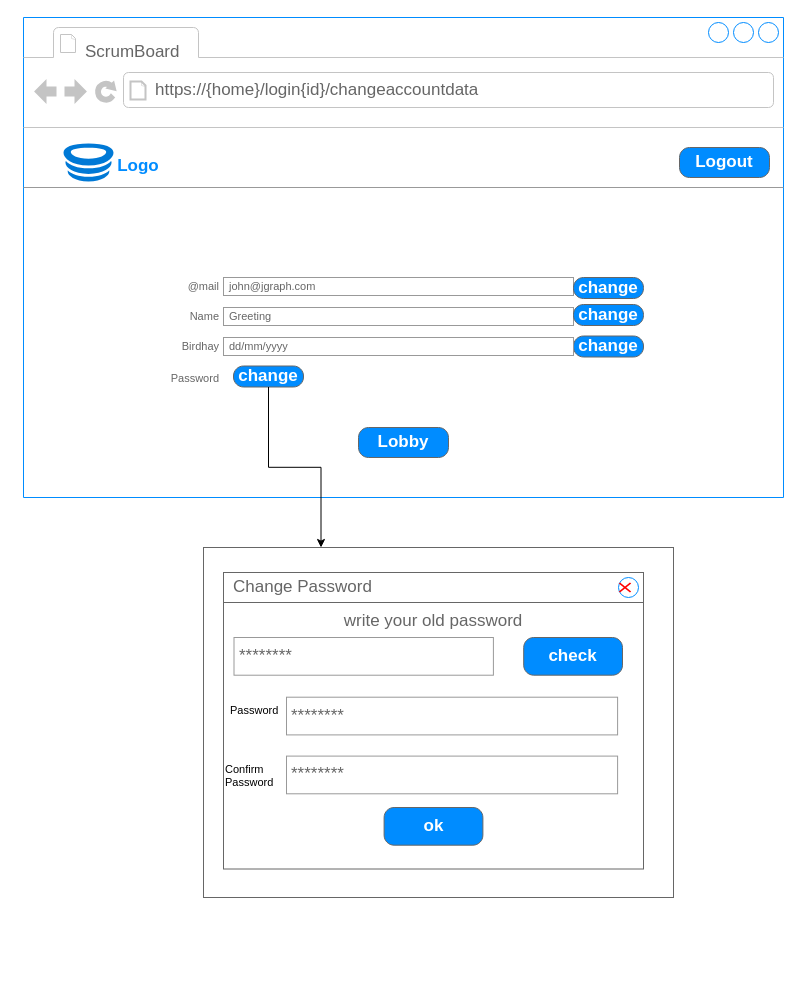
The draw.io diagram page "Mockup_Settings_Page" (6 of 8) of Board_Use_Case_Diagramm.drawio in ololnovolol/ScrumBoardApp, before the edit. Source tidied: cells renumbered, new cells numbered last; positions are measured from the earlier drawing's top-left corner, leaving out a move shared by most shapes. Both pictures are drawn from the tidied source at 100%, with x=0, y=0 at pixel (23, 17).
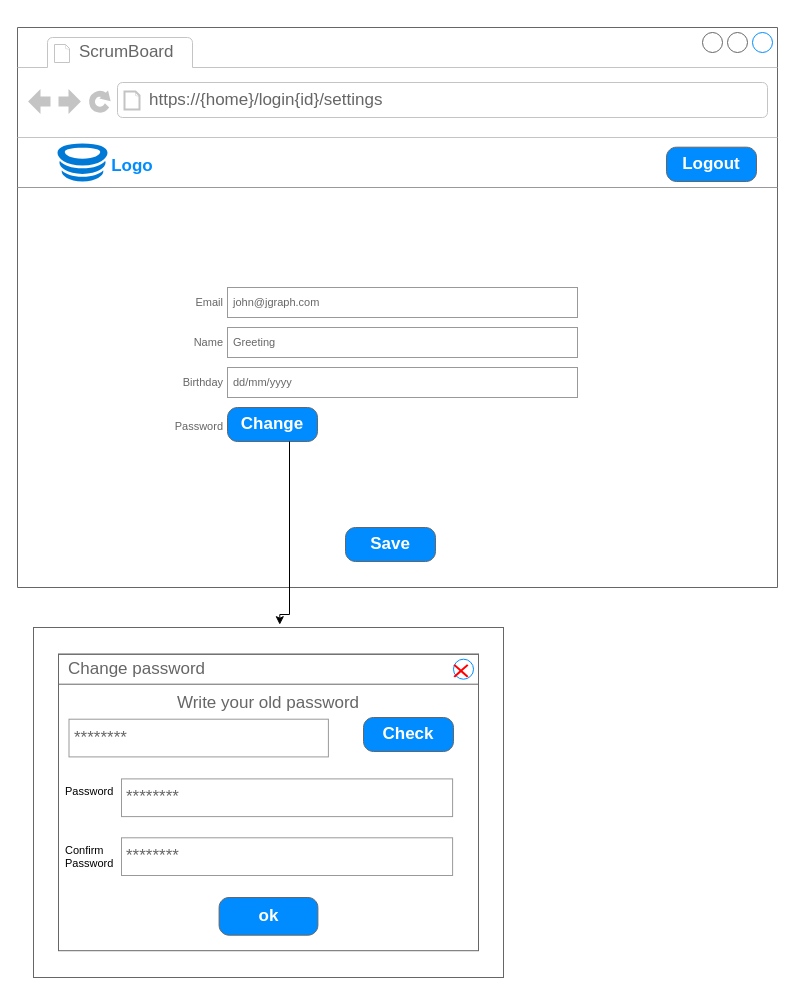
The same diagram, later.

The edit, as a diff of the source:
```diff
@@
-    <mxCell id="2" style="group;" parent="1" vertex="1">
-      <mxGeometry y="10" width="760" height="480" as="geometry" />
-    </mxCell>
-    <mxCell id="3" style="strokeWidth=1;shadow=0;dashed=0;align=center;html=1;shape=mxgraph.mockup.containers.browserWindow;rSize=0;strokeColor=#008CFF;strokeColor2=#008cff;strokeColor3=#c4c4c4;mainText=,;" parent="2" vertex="1">
-      <mxGeometry y="-10" width="760" height="480" as="geometry" />
-    </mxCell>
+    <mxCell id="36" style="group;" parent="1" vertex="1">
+      <mxGeometry x="10" y="610" width="470" height="350" as="geometry" />
+    </mxCell>
+    <mxCell id="23" style="whiteSpace=wrap;html=1;fontSize=17;fillColor=default;strokeColor=#666666;fontColor=default;strokeWidth=1;shadow=0;dashed=0;fontStyle=1;labelBackgroundColor=default;" parent="36" vertex="1">
+      <mxGeometry width="470" height="350" as="geometry" />
+    </mxCell>
+    <mxCell id="24" value="Write your old password" style="strokeWidth=1;shadow=0;dashed=0;align=center;html=1;shape=mxgraph.mockup.containers.rrect;rSize=0;strokeColor=#666666;fontColor=#666666;fontSize=17;verticalAlign=top;whiteSpace=wrap;fillColor=#ffffff;spacingTop=32;labelBackgroundColor=default;labelBorderColor=none;fontFamily=Helvetica;" parent="36" vertex="1">
+      <mxGeometry x="25" y="26.7" width="420" height="296.5" as="geometry" />
+    </mxCell>
+    <mxCell id="25" value="Change password" style="strokeWidth=1;shadow=0;dashed=0;align=center;html=1;shape=mxgraph.mockup.containers.rrect;rSize=0;fontSize=17;fontColor=#666666;strokeColor=#666666;align=left;spacingLeft=8;fillColor=none;labelBackgroundColor=default;labelBorderColor=none;fontFamily=Helvetica;" parent="24" vertex="1">
+      <mxGeometry width="420" height="30" relative="1" as="geometry" />
+    </mxCell>
+    <mxCell id="26" style="shape=ellipse;strokeColor=#008cff;fillColor=none;html=1;shadow=0;dashed=0;labelBackgroundColor=default;labelBorderColor=none;fontFamily=Helvetica;fontSize=11;fontColor=default;" parent="25" vertex="1">
+      <mxGeometry x="1" y="0.5" width="20" height="20" relative="1" as="geometry">
+        <mxPoint x="-25" y="-10" as="offset" />
+      </mxGeometry>
+    </mxCell>
+    <mxCell id="37" style="shape=mxgraph.mockup.markup.redX;fillColor=#ff0000;html=1;shadow=0;strokeColor=none;dashed=0;labelBackgroundColor=none;labelBorderColor=none;fontFamily=Helvetica;fontSize=11;fontColor=#008CFF;" parent="25" vertex="1">
+      <mxGeometry x="395" y="10" width="15" height="13.3" as="geometry" />
+    </mxCell>
+    <mxCell id="28" value="********" style="strokeWidth=1;shadow=0;dashed=0;align=center;html=1;shape=mxgraph.mockup.forms.pwField;strokeColor=#999999;mainText=;align=left;fontColor=#666666;fontSize=17;spacingLeft=3;labelBackgroundColor=default;labelBorderColor=none;fontFamily=Helvetica;fillColor=default;gradientColor=none;" parent="24" vertex="1">
+      <mxGeometry x="10.5" y="65" width="259.4" height="37.7" as="geometry" />
+    </mxCell>
+    <mxCell id="30" value="********" style="strokeWidth=1;shadow=0;dashed=0;align=center;html=1;shape=mxgraph.mockup.forms.pwField;strokeColor=#999999;mainText=;align=left;fontColor=#666666;fontSize=17;spacingLeft=3;labelBackgroundColor=default;labelBorderColor=none;fontFamily=Helvetica;fillColor=default;gradientColor=none;" parent="24" vertex="1">
+      <mxGeometry x="63" y="124.7" width="331.1" height="37.7" as="geometry" />
+    </mxCell>
+    <mxCell id="31" value="********" style="strokeWidth=1;shadow=0;dashed=0;align=center;html=1;shape=mxgraph.mockup.forms.pwField;strokeColor=#999999;mainText=;align=left;fontColor=#666666;fontSize=17;spacingLeft=3;labelBackgroundColor=default;labelBorderColor=none;fontFamily=Helvetica;fillColor=default;gradientColor=none;" parent="24" vertex="1">
+      <mxGeometry x="63" y="183.6" width="331.1" height="37.7" as="geometry" />
+    </mxCell>
+    <mxCell id="32" value="Password" style="text;whiteSpace=wrap;html=1;fontSize=11;fontFamily=Helvetica;fontColor=default;" parent="24" vertex="1">
+      <mxGeometry x="5.2" y="124.7" width="52.5" height="36.1" as="geometry" />
+    </mxCell>
+    <mxCell id="33" value="Confirm Password" style="text;whiteSpace=wrap;html=1;fontSize=11;fontFamily=Helvetica;fontColor=default;" parent="24" vertex="1">
+      <mxGeometry x="5.2" y="183.6" width="63" height="43.7" as="geometry" />
+    </mxCell>
+    <mxCell id="34" value="ok" style="strokeWidth=1;shadow=0;dashed=0;align=center;html=1;shape=mxgraph.mockup.buttons.button;strokeColor=#666666;fontColor=#ffffff;mainText=;buttonStyle=round;fontSize=17;fontStyle=1;fillColor=#008cff;whiteSpace=wrap;" parent="24" vertex="1">
+      <mxGeometry x="160.6" y="243.3" width="98.8" height="37.7" as="geometry" />
+    </mxCell>
+    <mxCell id="29" value="Check" style="strokeWidth=1;shadow=0;dashed=0;align=center;html=1;shape=mxgraph.mockup.buttons.button;strokeColor=#666666;fontColor=#ffffff;mainText=;buttonStyle=round;fontSize=17;fontStyle=1;fillColor=#008cff;whiteSpace=wrap;" parent="36" vertex="1">
+      <mxGeometry x="330" y="90" width="90" height="34" as="geometry" />
+    </mxCell>
+    <mxCell id="38" style="strokeWidth=1;shadow=0;dashed=0;align=center;html=1;shape=mxgraph.mockup.containers.browserWindow;rSize=0;strokeColor=#666666;strokeColor2=#008cff;strokeColor3=#c4c4c4;mainText=,;" parent="1" vertex="1">
+      <mxGeometry x="-6" y="10" width="760" height="560" as="geometry" />
+    </mxCell>
-    <mxCell id="4" value="ScrumBoard" style="strokeWidth=1;shadow=0;dashed=0;align=center;html=1;shape=mxgraph.mockup.containers.anchor;fontSize=17;fontColor=#666666;align=left;" parent="2" vertex="1">
+    <mxCell id="4" value="ScrumBoard" style="strokeWidth=1;shadow=0;dashed=0;align=center;html=1;shape=mxgraph.mockup.containers.anchor;fontSize=17;fontColor=#666666;align=left;" parent="38" vertex="1">
       <mxGeometry x="60" y="12" width="110" height="26" as="geometry" />
     </mxCell>
-    <mxCell id="5" value="https://{home}/login{id}/changeaccountdata" style="strokeWidth=1;shadow=0;dashed=0;align=center;html=1;shape=mxgraph.mockup.containers.anchor;rSize=0;fontSize=17;fontColor=#666666;align=left;" parent="2" vertex="1">
-      <mxGeometry x="130" y="50" width="250" height="26" as="geometry" />
-    </mxCell>
+    <mxCell id="39" value="https://{home}/login{id}/settings" style="strokeWidth=1;shadow=0;dashed=0;align=center;html=1;shape=mxgraph.mockup.containers.anchor;rSize=0;fontSize=17;fontColor=#666666;align=left;" parent="38" vertex="1">
+      <mxGeometry x="130" y="60" width="250" height="26" as="geometry" />
+    </mxCell>
-    <mxCell id="6" style="verticalLabelPosition=bottom;shadow=0;dashed=0;align=center;html=1;verticalAlign=top;strokeWidth=1;shape=mxgraph.mockup.markup.line;strokeColor=#999999;fontSize=16;" parent="2" vertex="1">
+    <mxCell id="6" style="verticalLabelPosition=bottom;shadow=0;dashed=0;align=center;html=1;verticalAlign=top;strokeWidth=1;shape=mxgraph.mockup.markup.line;strokeColor=#999999;fontSize=16;" parent="38" vertex="1">
       <mxGeometry y="150" width="760" height="20" as="geometry" />
     </mxCell>
-    <mxCell id="7" style="group;" parent="2" vertex="1">
+    <mxCell id="7" style="group;" parent="38" vertex="1">
       <mxGeometry x="40" y="116" width="120" height="38" as="geometry" />
     </mxCell>
@@
-    <mxCell id="10" value="Logout" style="strokeWidth=1;shadow=0;dashed=0;align=center;html=1;shape=mxgraph.mockup.buttons.button;strokeColor=#666666;fontColor=#ffffff;mainText=;buttonStyle=round;fontSize=17;fontStyle=1;fillColor=#008cff;whiteSpace=wrap;" parent="2" vertex="1">
-      <mxGeometry x="656" y="120" width="90" height="30" as="geometry" />
+    <mxCell id="10" value="Logout" style="strokeWidth=1;shadow=0;dashed=0;align=center;html=1;shape=mxgraph.mockup.buttons.button;strokeColor=#666666;fontColor=#ffffff;mainText=;buttonStyle=round;fontSize=17;fontStyle=1;fillColor=#008CFF;whiteSpace=wrap;" parent="38" vertex="1">
+      <mxGeometry x="649" y="119.7" width="90" height="34.3" as="geometry" />
     </mxCell>
-    <mxCell id="11" value="@mail" style="strokeWidth=1;shadow=0;dashed=0;align=center;html=1;shape=mxgraph.mockup.forms.anchor;align=right;spacingRight=2;fontColor=#666666;labelBackgroundColor=#FFFFFF;labelBorderColor=#FFFFFF;fontSize=11;fillColor=#FFFFFF;gradientColor=none;" parent="2" vertex="1">
-      <mxGeometry x="150" y="250" width="50" height="18" as="geometry" />
+    <mxCell id="11" value="Email" style="strokeWidth=1;shadow=0;dashed=0;align=center;html=1;shape=mxgraph.mockup.forms.anchor;align=right;spacingRight=2;fontColor=#666666;labelBackgroundColor=#FFFFFF;labelBorderColor=#FFFFFF;fontSize=11;fillColor=#FFFFFF;gradientColor=none;" parent="38" vertex="1">
+      <mxGeometry x="160" y="260" width="50" height="30" as="geometry" />
     </mxCell>
-    <mxCell id="12" value="john@jgraph.com" style="strokeWidth=1;shadow=0;dashed=0;align=center;html=1;shape=mxgraph.mockup.forms.rrect;fillColor=#ffffff;rSize=0;fontColor=#666666;align=left;spacingLeft=3;strokeColor=#999999;labelBackgroundColor=#FFFFFF;labelBorderColor=#FFFFFF;fontSize=11;" parent="2" vertex="1">
-      <mxGeometry x="200" y="250" width="350" height="18" as="geometry" />
+    <mxCell id="12" value="john@jgraph.com" style="strokeWidth=1;shadow=0;dashed=0;align=center;html=1;shape=mxgraph.mockup.forms.rrect;fillColor=#ffffff;rSize=0;fontColor=#666666;align=left;spacingLeft=3;strokeColor=#999999;labelBackgroundColor=#FFFFFF;labelBorderColor=#FFFFFF;fontSize=11;" parent="38" vertex="1">
+      <mxGeometry x="210" y="260" width="350" height="30" as="geometry" />
     </mxCell>
-    <mxCell id="13" value="Name" style="strokeWidth=1;shadow=0;dashed=0;align=center;html=1;shape=mxgraph.mockup.forms.anchor;align=right;spacingRight=2;fontColor=#666666;labelBackgroundColor=#FFFFFF;labelBorderColor=#FFFFFF;fontSize=11;fillColor=#FFFFFF;gradientColor=none;" parent="2" vertex="1">
-      <mxGeometry x="150" y="280" width="50" height="18" as="geometry" />
+    <mxCell id="13" value="Name" style="strokeWidth=1;shadow=0;dashed=0;align=center;html=1;shape=mxgraph.mockup.forms.anchor;align=right;spacingRight=2;fontColor=#666666;labelBackgroundColor=#FFFFFF;labelBorderColor=#FFFFFF;fontSize=11;fillColor=#FFFFFF;gradientColor=none;" parent="38" vertex="1">
+      <mxGeometry x="160" y="300" width="50" height="30" as="geometry" />
     </mxCell>
-    <mxCell id="14" value="Greeting" style="strokeWidth=1;shadow=0;dashed=0;align=center;html=1;shape=mxgraph.mockup.forms.rrect;fillColor=#ffffff;rSize=0;fontColor=#666666;align=left;spacingLeft=3;strokeColor=#999999;labelBackgroundColor=#FFFFFF;labelBorderColor=#FFFFFF;fontSize=11;" parent="2" vertex="1">
-      <mxGeometry x="200" y="280" width="350" height="18" as="geometry" />
+    <mxCell id="14" value="Greeting" style="strokeWidth=1;shadow=0;dashed=0;align=center;html=1;shape=mxgraph.mockup.forms.rrect;fillColor=#ffffff;rSize=0;fontColor=#666666;align=left;spacingLeft=3;strokeColor=#999999;labelBackgroundColor=#FFFFFF;labelBorderColor=#FFFFFF;fontSize=11;" parent="38" vertex="1">
+      <mxGeometry x="210" y="300" width="350" height="30" as="geometry" />
     </mxCell>
-    <mxCell id="15" value="Password" style="strokeWidth=1;shadow=0;dashed=0;align=center;html=1;shape=mxgraph.mockup.forms.anchor;align=right;spacingRight=2;fontColor=#666666;labelBackgroundColor=#FFFFFF;labelBorderColor=#FFFFFF;fontSize=11;fillColor=#FFFFFF;gradientColor=none;" parent="2" vertex="1">
-      <mxGeometry x="150" y="341.5" width="50" height="18" as="geometry" />
+    <mxCell id="15" value="Password" style="strokeWidth=1;shadow=0;dashed=0;align=center;html=1;shape=mxgraph.mockup.forms.anchor;align=right;spacingRight=2;fontColor=#666666;labelBackgroundColor=#FFFFFF;labelBorderColor=#FFFFFF;fontSize=11;fillColor=#FFFFFF;gradientColor=none;" parent="38" vertex="1">
+      <mxGeometry x="160" y="384" width="50" height="30" as="geometry" />
     </mxCell>
-    <mxCell id="16" value="change" style="strokeWidth=1;shadow=0;dashed=0;align=center;html=1;shape=mxgraph.mockup.buttons.button;strokeColor=#666666;fontColor=#ffffff;mainText=;buttonStyle=round;fontSize=17;fontStyle=1;fillColor=#008cff;whiteSpace=wrap;" parent="2" vertex="1">
-      <mxGeometry x="550" y="250" width="70" height="21" as="geometry" />
-    </mxCell>
-    <mxCell id="17" value="change" style="strokeWidth=1;shadow=0;dashed=0;align=center;html=1;shape=mxgraph.mockup.buttons.button;strokeColor=#666666;fontColor=#ffffff;mainText=;buttonStyle=round;fontSize=17;fontStyle=1;fillColor=#008cff;whiteSpace=wrap;" parent="2" vertex="1">
-      <mxGeometry x="550" y="277" width="70" height="21" as="geometry" />
-    </mxCell>
-    <mxCell id="18" value="change" style="strokeWidth=1;shadow=0;dashed=0;align=center;html=1;shape=mxgraph.mockup.buttons.button;strokeColor=#666666;fontColor=#ffffff;mainText=;buttonStyle=round;fontSize=17;fontStyle=1;fillColor=#008cff;whiteSpace=wrap;" parent="2" vertex="1">
-      <mxGeometry x="550" y="308.5" width="70" height="21" as="geometry" />
-    </mxCell>
-    <mxCell id="19" value="Birdhay" style="strokeWidth=1;shadow=0;dashed=0;align=center;html=1;shape=mxgraph.mockup.forms.anchor;align=right;spacingRight=2;fontColor=#666666;labelBackgroundColor=#FFFFFF;labelBorderColor=#FFFFFF;fontSize=11;fillColor=#FFFFFF;gradientColor=none;" parent="2" vertex="1">
-      <mxGeometry x="150" y="310" width="50" height="18" as="geometry" />
+    <mxCell id="19" value="Birthday" style="strokeWidth=1;shadow=0;dashed=0;align=center;html=1;shape=mxgraph.mockup.forms.anchor;align=right;spacingRight=2;fontColor=#666666;labelBackgroundColor=#FFFFFF;labelBorderColor=#FFFFFF;fontSize=11;fillColor=#FFFFFF;gradientColor=none;" parent="38" vertex="1">
+      <mxGeometry x="160" y="340" width="50" height="30" as="geometry" />
     </mxCell>
-    <mxCell id="20" value="dd/mm/yyyy" style="strokeWidth=1;shadow=0;dashed=0;align=center;html=1;shape=mxgraph.mockup.forms.rrect;fillColor=#ffffff;rSize=0;fontColor=#666666;align=left;spacingLeft=3;strokeColor=#999999;labelBackgroundColor=#FFFFFF;labelBorderColor=#FFFFFF;fontSize=11;" parent="2" vertex="1">
-      <mxGeometry x="200" y="310" width="350" height="18" as="geometry" />
+    <mxCell id="20" value="dd/mm/yyyy" style="strokeWidth=1;shadow=0;dashed=0;align=center;html=1;shape=mxgraph.mockup.forms.rrect;fillColor=#ffffff;rSize=0;fontColor=#666666;align=left;spacingLeft=3;strokeColor=#999999;labelBackgroundColor=#FFFFFF;labelBorderColor=#FFFFFF;fontSize=11;" parent="38" vertex="1">
+      <mxGeometry x="210" y="340" width="350" height="30" as="geometry" />
     </mxCell>
-    <mxCell id="21" value="change" style="strokeWidth=1;shadow=0;dashed=0;align=center;html=1;shape=mxgraph.mockup.buttons.button;strokeColor=#666666;fontColor=#ffffff;mainText=;buttonStyle=round;fontSize=17;fontStyle=1;fillColor=#008cff;whiteSpace=wrap;points=[];" parent="2" vertex="1">
-      <mxGeometry x="210" y="338.5" width="70" height="21" as="geometry" />
+    <mxCell id="21" value="Change" style="strokeWidth=1;shadow=0;dashed=0;align=center;html=1;shape=mxgraph.mockup.buttons.button;strokeColor=#666666;fontColor=#ffffff;mainText=;buttonStyle=round;fontSize=17;fontStyle=1;fillColor=#008cff;whiteSpace=wrap;points=[];" parent="38" vertex="1">
+      <mxGeometry x="210" y="380" width="90" height="34" as="geometry" />
     </mxCell>
-    <mxCell id="22" value="Lobby" style="strokeWidth=1;shadow=0;dashed=0;align=center;html=1;shape=mxgraph.mockup.buttons.button;strokeColor=#666666;fontColor=#ffffff;mainText=;buttonStyle=round;fontSize=17;fontStyle=1;fillColor=#008cff;whiteSpace=wrap;" parent="2" vertex="1">
-      <mxGeometry x="335" y="400" width="90" height="30" as="geometry" />
+    <mxCell id="22" value="Save" style="strokeWidth=1;shadow=0;dashed=0;align=center;html=1;shape=mxgraph.mockup.buttons.button;strokeColor=#666666;fontColor=#ffffff;mainText=;buttonStyle=round;fontSize=17;fontStyle=1;fillColor=#008cff;whiteSpace=wrap;" parent="38" vertex="1">
+      <mxGeometry x="328" y="500" width="90" height="34" as="geometry" />
     </mxCell>
-    <mxCell id="23" style="whiteSpace=wrap;html=1;fontSize=17;fillColor=default;strokeColor=#666666;fontColor=default;strokeWidth=1;shadow=0;dashed=0;fontStyle=1;labelBackgroundColor=default;" parent="1" vertex="1">
-      <mxGeometry x="180" y="530" width="470" height="350" as="geometry" />
-    </mxCell>
-    <mxCell id="24" value="write your old password" style="strokeWidth=1;shadow=0;dashed=0;align=center;html=1;shape=mxgraph.mockup.containers.rrect;rSize=0;strokeColor=#666666;fontColor=#666666;fontSize=17;verticalAlign=top;whiteSpace=wrap;fillColor=#ffffff;spacingTop=32;labelBackgroundColor=default;labelBorderColor=none;fontFamily=Helvetica;" parent="1" vertex="1">
-      <mxGeometry x="200" y="555" width="420" height="296.5" as="geometry" />
-    </mxCell>
-    <mxCell id="25" value="Change Password" style="strokeWidth=1;shadow=0;dashed=0;align=center;html=1;shape=mxgraph.mockup.containers.rrect;rSize=0;fontSize=17;fontColor=#666666;strokeColor=#666666;align=left;spacingLeft=8;fillColor=none;labelBackgroundColor=default;labelBorderColor=none;fontFamily=Helvetica;" parent="24" vertex="1">
-      <mxGeometry width="420" height="30" relative="1" as="geometry" />
-    </mxCell>
-    <mxCell id="26" style="shape=ellipse;strokeColor=#008cff;fillColor=none;html=1;shadow=0;dashed=0;labelBackgroundColor=default;labelBorderColor=none;fontFamily=Helvetica;fontSize=11;fontColor=default;" parent="25" vertex="1">
-      <mxGeometry x="1" y="0.5" width="20" height="20" relative="1" as="geometry">
-        <mxPoint x="-25" y="-10" as="offset" />
-      </mxGeometry>
-    </mxCell>
-    <mxCell id="27" style="shape=mxgraph.mockup.markup.redX;fillColor=#ff0000;html=1;shadow=0;strokeColor=none;dashed=0;labelBackgroundColor=default;labelBorderColor=none;fontFamily=Helvetica;fontSize=11;fontColor=default;" parent="25" vertex="1">
-      <mxGeometry x="395.3" y="10" width="12.4" height="10" as="geometry" />
-    </mxCell>
-    <mxCell id="28" value="********" style="strokeWidth=1;shadow=0;dashed=0;align=center;html=1;shape=mxgraph.mockup.forms.pwField;strokeColor=#999999;mainText=;align=left;fontColor=#666666;fontSize=17;spacingLeft=3;labelBackgroundColor=default;labelBorderColor=none;fontFamily=Helvetica;fillColor=default;gradientColor=none;" parent="24" vertex="1">
-      <mxGeometry x="10.5" y="65" width="259.4" height="37.7" as="geometry" />
-    </mxCell>
-    <mxCell id="29" value="check" style="strokeWidth=1;shadow=0;dashed=0;align=center;html=1;shape=mxgraph.mockup.buttons.button;strokeColor=#666666;fontColor=#ffffff;mainText=;buttonStyle=round;fontSize=17;fontStyle=1;fillColor=#008cff;whiteSpace=wrap;" parent="24" vertex="1">
-      <mxGeometry x="300.2" y="65" width="98.8" height="37.7" as="geometry" />
-    </mxCell>
-    <mxCell id="30" value="********" style="strokeWidth=1;shadow=0;dashed=0;align=center;html=1;shape=mxgraph.mockup.forms.pwField;strokeColor=#999999;mainText=;align=left;fontColor=#666666;fontSize=17;spacingLeft=3;labelBackgroundColor=default;labelBorderColor=none;fontFamily=Helvetica;fillColor=default;gradientColor=none;" parent="24" vertex="1">
-      <mxGeometry x="63" y="124.7" width="331.1" height="37.7" as="geometry" />
-    </mxCell>
-    <mxCell id="31" value="********" style="strokeWidth=1;shadow=0;dashed=0;align=center;html=1;shape=mxgraph.mockup.forms.pwField;strokeColor=#999999;mainText=;align=left;fontColor=#666666;fontSize=17;spacingLeft=3;labelBackgroundColor=default;labelBorderColor=none;fontFamily=Helvetica;fillColor=default;gradientColor=none;" parent="24" vertex="1">
-      <mxGeometry x="63" y="183.6" width="331.1" height="37.7" as="geometry" />
-    </mxCell>
-    <mxCell id="32" value="Password" style="text;whiteSpace=wrap;html=1;fontSize=11;fontFamily=Helvetica;fontColor=default;" parent="24" vertex="1">
-      <mxGeometry x="5.2" y="124.7" width="52.5" height="36.1" as="geometry" />
-    </mxCell>
-    <mxCell id="33" value="Confirm Password" style="text;whiteSpace=wrap;html=1;fontSize=11;fontFamily=Helvetica;fontColor=default;" parent="24" vertex="1">
-      <mxGeometry y="183.6" width="63" height="43.7" as="geometry" />
-    </mxCell>
-    <mxCell id="34" value="ok" style="strokeWidth=1;shadow=0;dashed=0;align=center;html=1;shape=mxgraph.mockup.buttons.button;strokeColor=#666666;fontColor=#ffffff;mainText=;buttonStyle=round;fontSize=17;fontStyle=1;fillColor=#008cff;whiteSpace=wrap;" parent="24" vertex="1">
-      <mxGeometry x="160.6" y="235" width="98.8" height="37.7" as="geometry" />
-    </mxCell>
-    <mxCell id="35" style="edgeStyle=orthogonalEdgeStyle;rounded=0;jettySize=auto;html=1;fontFamily=Helvetica;fontSize=11;fontColor=default;entryX=0.25;entryY=0;entryDx=0;entryDy=0;" parent="1" edge="1" source="21" target="23">
-      <mxGeometry relative="1" as="geometry" />
+    <mxCell id="35" style="edgeStyle=orthogonalEdgeStyle;rounded=0;jettySize=auto;html=1;entryX=0.524;entryY=-0.008;entryDx=0;entryDy=0;entryPerimeter=0;fontSize=7;fontColor=#008CFF;" parent="1" edge="1" source="21" target="23">
+      <mxGeometry relative="1" as="geometry">
+        <Array as="points">
+          <mxPoint x="266" y="597" />
+        </Array>
+      </mxGeometry>
     </mxCell>
```
